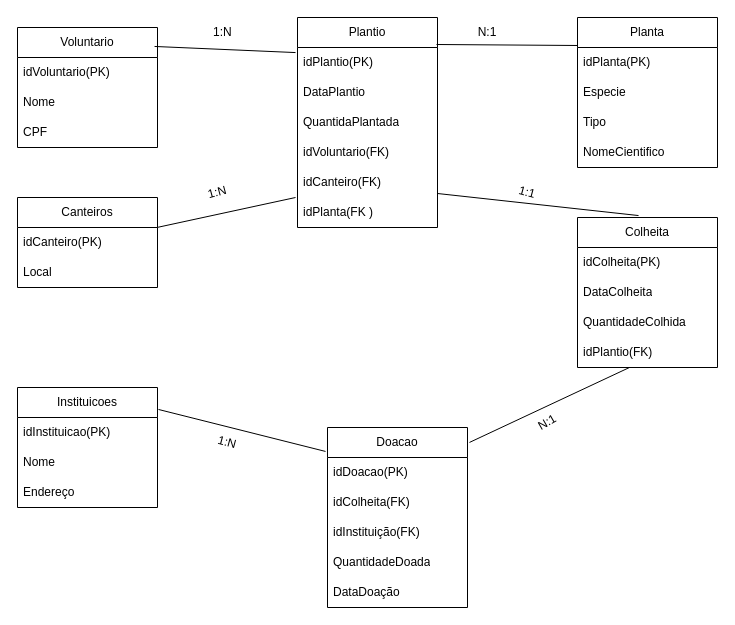
The draw.io diagram VerdeVida.drawio in DaivKing/MOD2.2, before the edit. Source tidied: cells renumbered, new cells numbered last; positions are measured from the earlier drawing's top-left corner, leaving out a move shared by most shapes. Both pictures are drawn from the tidied source at 100%, with x=0, y=0 at pixel (17, 17).
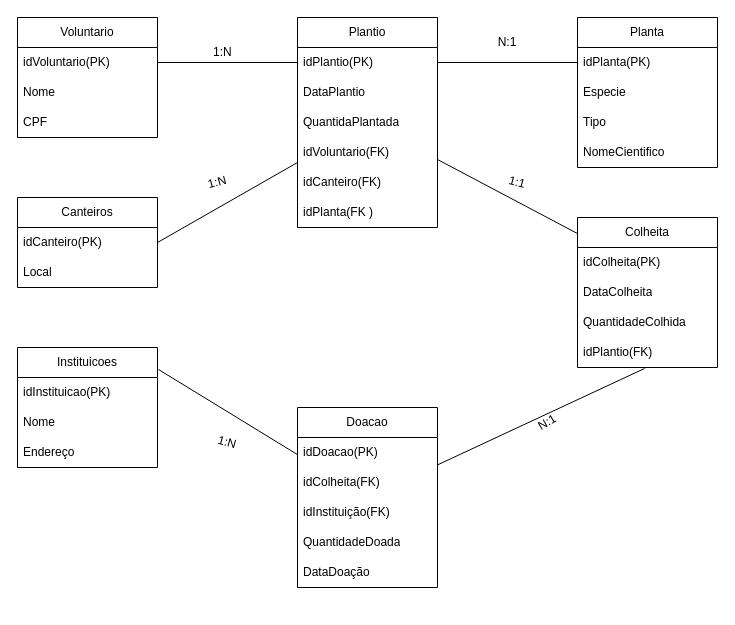
Above is the later version.

Commit message (it also covers changes not shown here):
respondendo questões

Unchanged cells that the change refers to:
```xml
<mxCell id="3" value="idVoluntario(PK)" style="text;strokeColor=none;fillColor=none;align=left;verticalAlign=middle;spacingLeft=4;spacingRight=4;overflow=hidden;points=[[0,0.5],[1,0.5]];portConstraint=eastwest;whiteSpace=wrap;html=1;" parent="2" vertex="1">
  <mxGeometry y="30" width="140" height="30" as="geometry" />
</mxCell>
<mxCell id="6" value="Canteiros" style="swimlane;fontStyle=0;horizontal=1;startSize=30;whiteSpace=wrap;html=1;" parent="1" vertex="1">
  <mxGeometry y="180" width="140" height="90" as="geometry" />
</mxCell>
<mxCell id="7" value="idCanteiro(PK)" style="text;strokeColor=none;fillColor=none;align=left;verticalAlign=middle;spacingLeft=4;spacingRight=4;overflow=hidden;points=[[0,0.5],[1,0.5]];portConstraint=eastwest;whiteSpace=wrap;html=1;" parent="6" vertex="1">
  <mxGeometry y="30" width="140" height="30" as="geometry" />
</mxCell>
<mxCell id="10" value="idPlanta(PK)" style="text;strokeColor=none;fillColor=none;align=left;verticalAlign=middle;spacingLeft=4;spacingRight=4;overflow=hidden;points=[[0,0.5],[1,0.5]];portConstraint=eastwest;whiteSpace=wrap;html=1;" parent="9" vertex="1">
  <mxGeometry y="30" width="140" height="30" as="geometry" />
</mxCell>
<mxCell id="14" value="Plantio" style="swimlane;fontStyle=0;horizontal=1;startSize=30;whiteSpace=wrap;html=1;" parent="1" vertex="1">
  <mxGeometry x="280" width="140" height="210" as="geometry" />
</mxCell>
<mxCell id="15" value="idPlantio(PK)" style="text;strokeColor=none;fillColor=none;align=left;verticalAlign=middle;spacingLeft=4;spacingRight=4;overflow=hidden;points=[[0,0.5],[1,0.5]];portConstraint=eastwest;whiteSpace=wrap;html=1;" parent="14" vertex="1">
  <mxGeometry y="30" width="140" height="30" as="geometry" />
</mxCell>
<mxCell id="19" value="idCanteiro(FK)" style="text;strokeColor=none;fillColor=none;align=left;verticalAlign=middle;spacingLeft=4;spacingRight=4;overflow=hidden;points=[[0,0.5],[1,0.5]];portConstraint=eastwest;whiteSpace=wrap;html=1;" parent="14" vertex="1">
  <mxGeometry y="150" width="140" height="30" as="geometry" />
</mxCell>
<mxCell id="21" value="Colheita" style="swimlane;fontStyle=0;horizontal=1;startSize=30;whiteSpace=wrap;html=1;" parent="1" vertex="1">
  <mxGeometry x="560" y="200" width="140" height="150" as="geometry" />
</mxCell>
<mxCell id="25" value="idPlantio(FK)" style="text;strokeColor=none;fillColor=none;align=left;verticalAlign=middle;spacingLeft=4;spacingRight=4;overflow=hidden;points=[[0,0.5],[1,0.5]];portConstraint=eastwest;whiteSpace=wrap;html=1;" parent="21" vertex="1">
  <mxGeometry y="120" width="140" height="30" as="geometry" />
</mxCell>
```

The edit, as a diff of the source:
```diff
@@
     <mxCell id="2" value="Voluntario" style="swimlane;fontStyle=0;horizontal=1;startSize=30;whiteSpace=wrap;html=1;" parent="1" vertex="1">
-      <mxGeometry y="10" width="140" height="120" as="geometry" />
+      <mxGeometry width="140" height="120" as="geometry" />
     </mxCell>
@@
     <mxCell id="26" value="Instituicoes" style="swimlane;fontStyle=0;horizontal=1;startSize=30;whiteSpace=wrap;html=1;" parent="1" vertex="1">
-      <mxGeometry y="370" width="140" height="120" as="geometry" />
+      <mxGeometry y="330" width="140" height="120" as="geometry" />
     </mxCell>
@@
     <mxCell id="30" value="Doacao" style="swimlane;fontStyle=0;horizontal=1;startSize=30;whiteSpace=wrap;html=1;" parent="1" vertex="1">
-      <mxGeometry x="310" y="410" width="140" height="180" as="geometry" />
+      <mxGeometry x="280" y="390" width="140" height="180" as="geometry" />
     </mxCell>
@@
-    <mxCell id="36" style="endArrow=none;html=1;entryX=-0.014;entryY=0.167;entryDx=0;entryDy=0;entryPerimeter=0;exitX=0.979;exitY=0.158;exitDx=0;exitDy=0;exitPerimeter=0;" parent="1" edge="1" source="2" target="14">
+    <mxCell id="36" style="endArrow=none;html=1;exitX=1;exitY=0.5;exitDx=0;exitDy=0;entryX=0;entryY=0.5;entryDx=0;entryDy=0;" parent="1" edge="1" source="3" target="15">
       <mxGeometry relative="1" as="geometry" />
     </mxCell>
-    <mxCell id="37" style="endArrow=none;html=1;entryX=-0.014;entryY=1;entryDx=0;entryDy=0;entryPerimeter=0;" parent="1" edge="1" source="6" target="19">
+    <mxCell id="37" style="endArrow=none;html=1;exitX=1;exitY=0.5;exitDx=0;exitDy=0;" parent="1" edge="1" source="7" target="14">
       <mxGeometry relative="1" as="geometry" />
     </mxCell>
-    <mxCell id="38" style="endArrow=none;html=1;exitX=0;exitY=-0.067;exitDx=0;exitDy=0;exitPerimeter=0;entryX=0.993;entryY=-0.1;entryDx=0;entryDy=0;entryPerimeter=0;" parent="1" edge="1" source="10" target="15">
+    <mxCell id="38" style="endArrow=none;html=1;exitX=0;exitY=0.5;exitDx=0;exitDy=0;entryX=1;entryY=0.5;entryDx=0;entryDy=0;" parent="1" edge="1" source="10" target="15">
       <mxGeometry relative="1" as="geometry" />
     </mxCell>
-    <mxCell id="39" style="endArrow=none;html=1;exitX=0.371;exitY=1;exitDx=0;exitDy=0;exitPerimeter=0;entryX=1.014;entryY=0.083;entryDx=0;entryDy=0;entryPerimeter=0;" parent="1" edge="1" source="25" target="30">
+    <mxCell id="39" style="endArrow=none;html=1;exitX=0.479;exitY=1.033;exitDx=0;exitDy=0;exitPerimeter=0;" parent="1" edge="1" source="25" target="30">
       <mxGeometry relative="1" as="geometry" />
     </mxCell>
-    <mxCell id="40" style="endArrow=none;html=1;exitX=1.007;exitY=0.183;exitDx=0;exitDy=0;exitPerimeter=0;entryX=-0.014;entryY=0.133;entryDx=0;entryDy=0;entryPerimeter=0;" parent="1" edge="1" source="26" target="30">
+    <mxCell id="40" style="endArrow=none;html=1;exitX=1.007;exitY=0.183;exitDx=0;exitDy=0;exitPerimeter=0;" parent="1" edge="1" source="26" target="30">
       <mxGeometry relative="1" as="geometry" />
     </mxCell>
     <mxCell id="41" value="1:N" style="text;strokeColor=none;fillColor=none;align=left;verticalAlign=middle;spacingLeft=4;spacingRight=4;overflow=hidden;whiteSpace=wrap;html=1;" parent="1" vertex="1">
-      <mxGeometry x="190" width="80" height="30" as="geometry" />
+      <mxGeometry x="190" y="20" width="80" height="30" as="geometry" />
     </mxCell>
     <mxCell id="42" value="N:1" style="text;html=1;align=center;verticalAlign=middle;whiteSpace=wrap;rounded=0;" parent="1" vertex="1">
-      <mxGeometry x="440" width="60" height="30" as="geometry" />
+      <mxGeometry x="460" y="10" width="60" height="30" as="geometry" />
     </mxCell>
-    <mxCell id="43" style="endArrow=none;html=1;entryX=1;entryY=0.867;entryDx=0;entryDy=0;entryPerimeter=0;exitX=0.436;exitY=-0.013;exitDx=0;exitDy=0;exitPerimeter=0;" parent="1" edge="1" source="21" target="19">
+    <mxCell id="43" style="endArrow=none;html=1;exitX=0;exitY=0.107;exitDx=0;exitDy=0;exitPerimeter=0;" parent="1" edge="1" source="21" target="14">
       <mxGeometry relative="1" as="geometry" />
     </mxCell>
     <mxCell id="44" value="1:1" style="text;html=1;align=center;verticalAlign=middle;whiteSpace=wrap;rounded=0;rotation=15;" parent="1" vertex="1">
-      <mxGeometry x="480" y="160" width="60" height="30" as="geometry" />
+      <mxGeometry x="470" y="150" width="60" height="30" as="geometry" />
     </mxCell>
@@
     <mxCell id="47" value="1:N" style="text;html=1;align=center;verticalAlign=middle;whiteSpace=wrap;rounded=0;rotation=-15;" parent="1" vertex="1">
-      <mxGeometry x="170" y="160" width="60" height="30" as="geometry" />
+      <mxGeometry x="170" y="150" width="60" height="30" as="geometry" />
     </mxCell>
```
